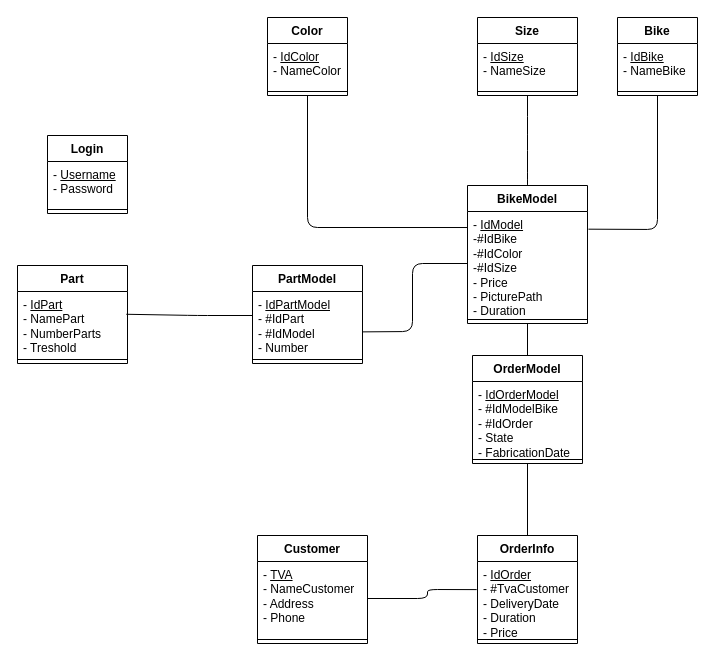
This is Diagrams/DatabaseDiagram.drawio from alex210501/GigaBike, a draw.io file, before an edit. Source tidied: cells renumbered, new cells numbered last; positions are measured from the earlier drawing's top-left corner, leaving out a move shared by most shapes. Both pictures are drawn from the tidied source at 100%, with x=0, y=0 at pixel (17, 17).
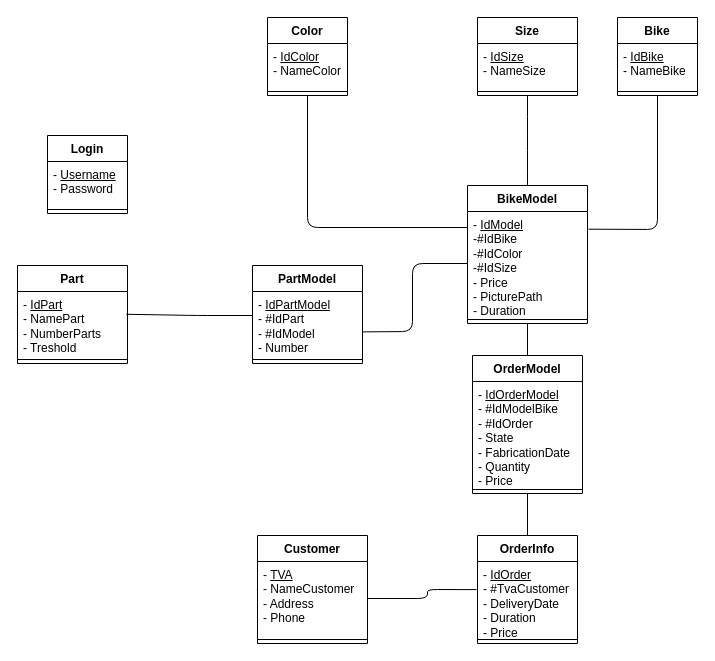
The same diagram, later.

Commit message (it also covers changes not shown here):
Add quantity and price in the OrderModel in the database diagram

What changed in the source:
```diff
@@
     <mxCell id="8" value="OrderModel" style="swimlane;fontStyle=1;align=center;verticalAlign=top;horizontal=1;startSize=26;" parent="1" vertex="1">
-      <mxGeometry x="455" y="338" width="110" height="108" as="geometry" />
+      <mxGeometry x="455" y="338" width="110" height="138" as="geometry" />
     </mxCell>
-    <mxCell id="9" value="- &lt;u&gt;IdOrderModel&lt;/u&gt;&lt;br&gt;- #IdModelBike&lt;br&gt;- #IdOrder&lt;br&gt;- State&lt;br&gt;- FabricationDate" style="text;strokeColor=none;fillColor=none;align=left;verticalAlign=top;spacingLeft=4;spacingRight=4;overflow=hidden;fontStyle=0;html=1;" parent="8" vertex="1">
-      <mxGeometry y="26" width="110" height="74" as="geometry" />
+    <mxCell id="9" value="- &lt;u&gt;IdOrderModel&lt;/u&gt;&lt;br&gt;- #IdModelBike&lt;br&gt;- #IdOrder&lt;br&gt;- State&lt;br&gt;- FabricationDate&lt;br&gt;- Quantity&lt;br&gt;- Price" style="text;strokeColor=none;fillColor=none;align=left;verticalAlign=top;spacingLeft=4;spacingRight=4;overflow=hidden;fontStyle=0;html=1;" parent="8" vertex="1">
+      <mxGeometry y="26" width="110" height="104" as="geometry" />
     </mxCell>
     <mxCell id="10" style="line;strokeWidth=1;fillColor=none;align=left;verticalAlign=middle;spacingTop=-1;spacingLeft=3;spacingRight=3;labelPosition=right;" parent="8" vertex="1">
-      <mxGeometry y="100" width="110" height="8" as="geometry" />
+      <mxGeometry y="130" width="110" height="8" as="geometry" />
     </mxCell>
```
